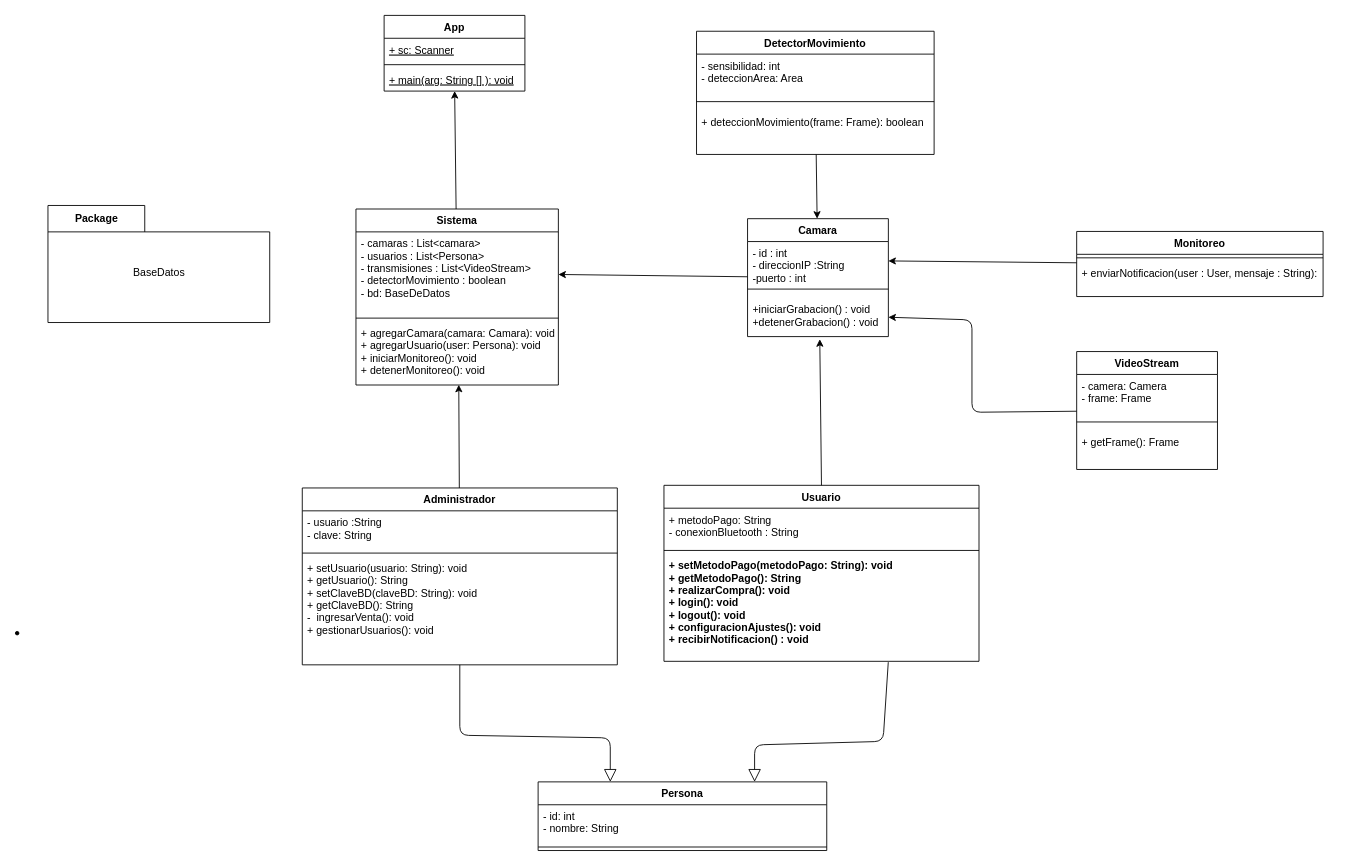
This is design/DC.DIO from Chrissisx/prjSistemaSeguridadDomestica, a draw.io file, before an edit. Source tidied: cells renumbered, new cells numbered last; positions are measured from the earlier drawing's top-left corner, leaving out a move shared by most shapes. Both pictures are drawn from the tidied source at 88%, with x=0, y=0 at pixel (15, 15).
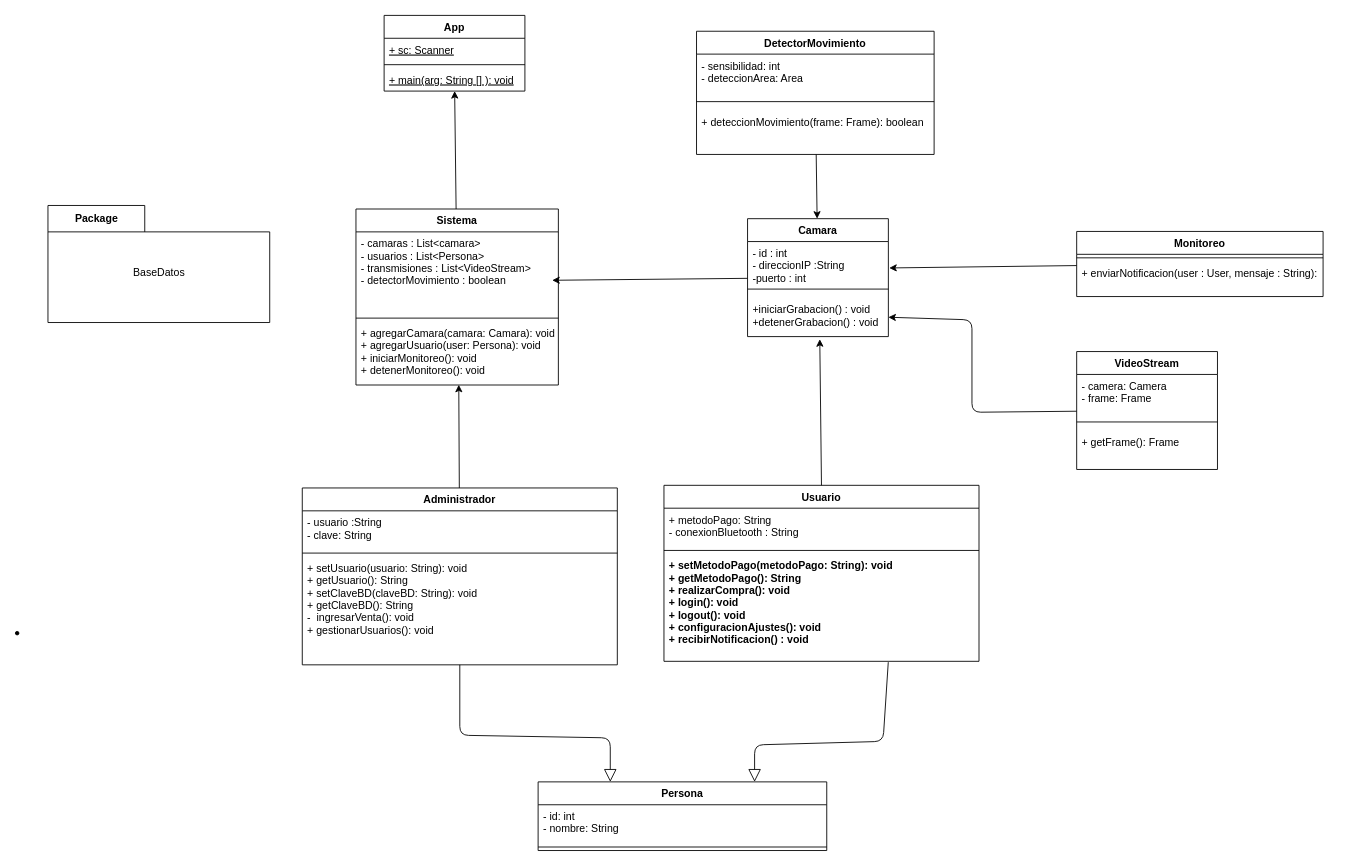
After the change.

The change refers to these unchanged cells:
```xml
<mxCell id="3" value="Camara" style="swimlane;fontStyle=1;align=center;verticalAlign=top;horizontal=1;startSize=26;" parent="1" vertex="1">
  <mxGeometry x="832" y="231" width="160" height="134" as="geometry" />
</mxCell>
<mxCell id="4" value="- id : int&#10;- direccionIP :String&#10;-puerto : int" style="text;strokeColor=none;fillColor=none;align=left;verticalAlign=top;spacingLeft=4;spacingRight=4;overflow=hidden;points=[[0,0.5],[1,0.5]];portConstraint=eastwest;" parent="3" vertex="1">
  <mxGeometry y="26" width="160" height="44" as="geometry" />
</mxCell>
<mxCell id="8" value="Monitoreo" style="swimlane;fontStyle=1;align=center;verticalAlign=top;horizontal=1;startSize=26;" parent="1" vertex="1">
  <mxGeometry x="1206" y="245.5" width="280" height="74" as="geometry" />
</mxCell>
<mxCell id="26" value="Sistema" style="swimlane;fontStyle=1;align=center;verticalAlign=top;horizontal=1;startSize=26;" parent="1" vertex="1">
  <mxGeometry x="387" y="220" width="230" height="200" as="geometry" />
</mxCell>
```

What changed in the source:
```diff
@@
-    <mxCell id="2" style="edgeStyle=none;html=1;" parent="1" edge="1" source="3" target="27">
-      <mxGeometry relative="1" as="geometry" />
+    <mxCell id="2" style="edgeStyle=none;html=1;" parent="1" edge="1" source="3">
+      <mxGeometry relative="1" as="geometry">
+        <mxPoint x="610" y="301" as="targetPoint" />
+      </mxGeometry>
     </mxCell>
@@
-    <mxCell id="7" style="edgeStyle=none;html=1;entryX=1;entryY=0.5;entryDx=0;entryDy=0;" parent="1" edge="1" source="8" target="4">
-      <mxGeometry relative="1" as="geometry" />
+    <mxCell id="7" style="edgeStyle=none;html=1;" parent="1" edge="1" source="8">
+      <mxGeometry relative="1" as="geometry">
+        <mxPoint x="993" y="287" as="targetPoint" />
+      </mxGeometry>
     </mxCell>
@@
-    <mxCell id="27" value="- camaras : List&lt;camara&gt;&#10;- usuarios : List&lt;Persona&gt;&#10;- transmisiones : List&lt;VideoStream&gt;&#10;- detectorMovimiento : boolean&#10;- bd: BaseDeDatos" style="text;strokeColor=none;fillColor=none;align=left;verticalAlign=top;spacingLeft=4;spacingRight=4;overflow=hidden;points=[[0,0.5],[1,0.5]];portConstraint=eastwest;" parent="26" vertex="1">
+    <mxCell id="27" value="- camaras : List&lt;camara&gt;&#10;- usuarios : List&lt;Persona&gt;&#10;- transmisiones : List&lt;VideoStream&gt;&#10;- detectorMovimiento : boolean&#10;" style="text;strokeColor=none;fillColor=none;align=left;verticalAlign=top;spacingLeft=4;spacingRight=4;overflow=hidden;points=[[0,0.5],[1,0.5]];portConstraint=eastwest;" parent="26" vertex="1">
       <mxGeometry y="26" width="230" height="94" as="geometry" />
     </mxCell>
```
